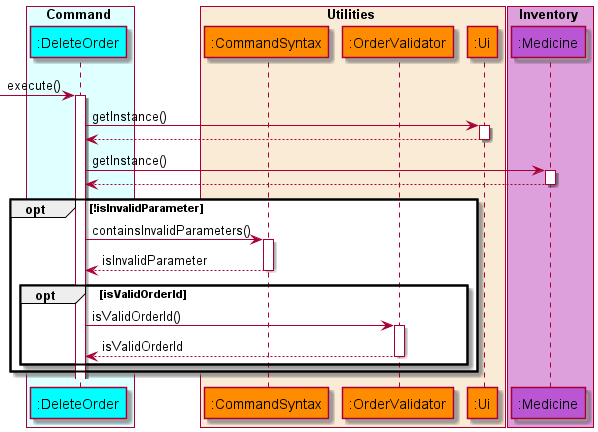
Earlier version of the PlantUML export docs/diagrams/diagram_images/DeleteOrderSequenceDiagram.png (nus-cs2113-AY2122S1/tp).
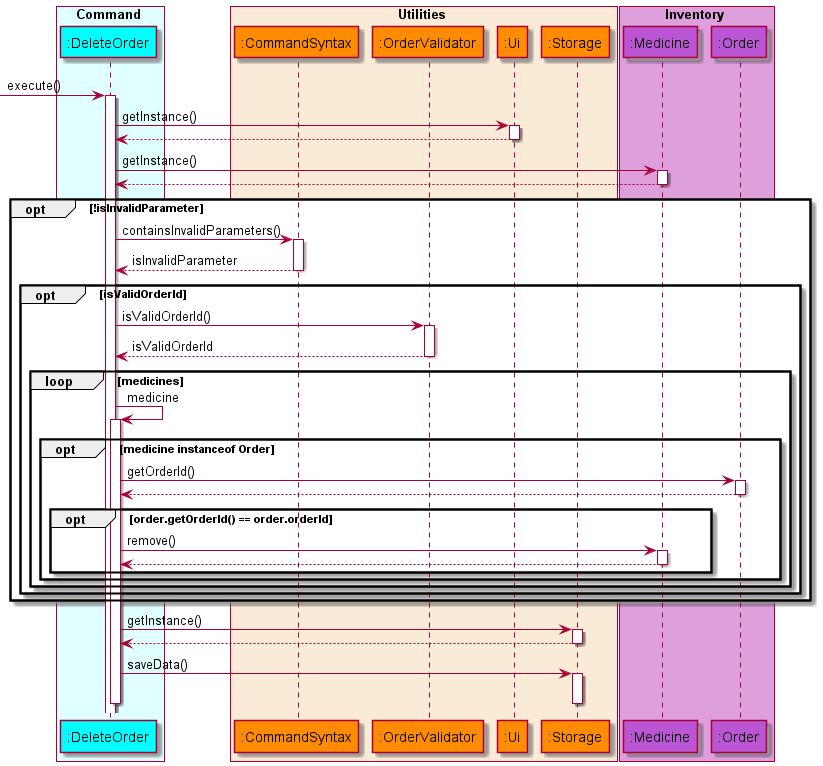
After the change.

Commit message:
update sequence diagram and DG

The edit, as a diff of the source:
```diff
@@ -10,10 +10,12 @@
     participant ":CommandSyntax" as commandsyntax COLOR_UTILITIES
     participant ":OrderValidator" as ordervalidator COLOR_UTILITIES
     participant ":Ui" as ui COLOR_UTILITIES
+    participant ":Storage" as storage COLOR_UTILITIES
 end box
 
 box Inventory COLOR_INVENTORY_BOX
     participant ":Medicine" as medicine COLOR_INVENTORY
+    participant ":Order" as order COLOR_INVENTORY
 end box
 autoactivate on
 
@@ -29,9 +31,25 @@
     opt isValidOrderId
     deleteorder -> ordervalidator : isValidOrderId()
     deleteorder <-- ordervalidator : isValidOrderId
+    loop medicines
+        deleteorder -> deleteorder : medicine
+        opt medicine instanceof Order
+            deleteorder -> order : getOrderId()
+            deleteorder <-- order
+            opt order.getOrderId() == order.orderId
+                deleteorder -> medicine : remove()
+                deleteorder <-- medicine :
+            end
+        end
 
+    end
     end
 end
 
+    deleteorder -> storage: getInstance()
+    deleteorder <-- storage
+    deleteorder -> storage: saveData()
+    deactivate storage
+    deactivate deleteorder
 
 @enduml
```
